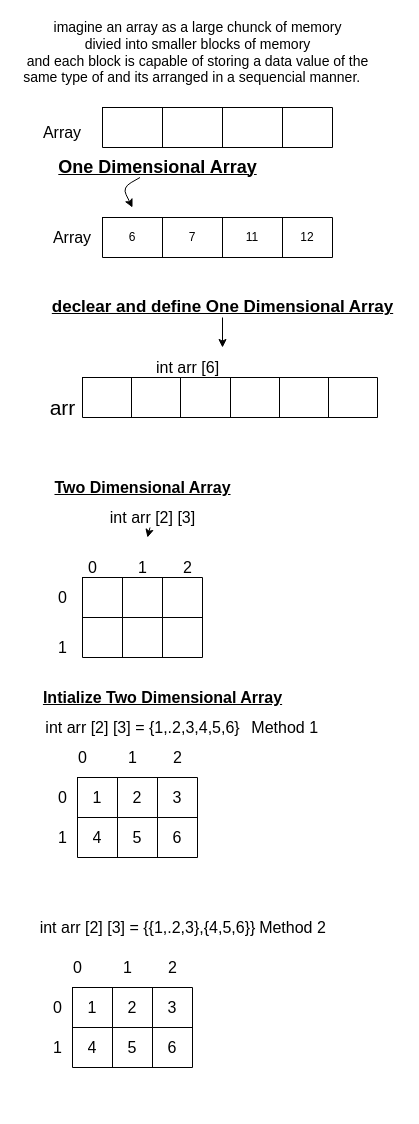
Earlier version of the draw.io diagram array.drawio (Betty-Oforiwa/Data_sturctures). Source tidied: cells renumbered, new cells numbered last; positions are measured from the earlier drawing's top-left corner, leaving out a move shared by most shapes. Both pictures are drawn from the tidied source at 100%, with x=0, y=0 at pixel (17, 17).
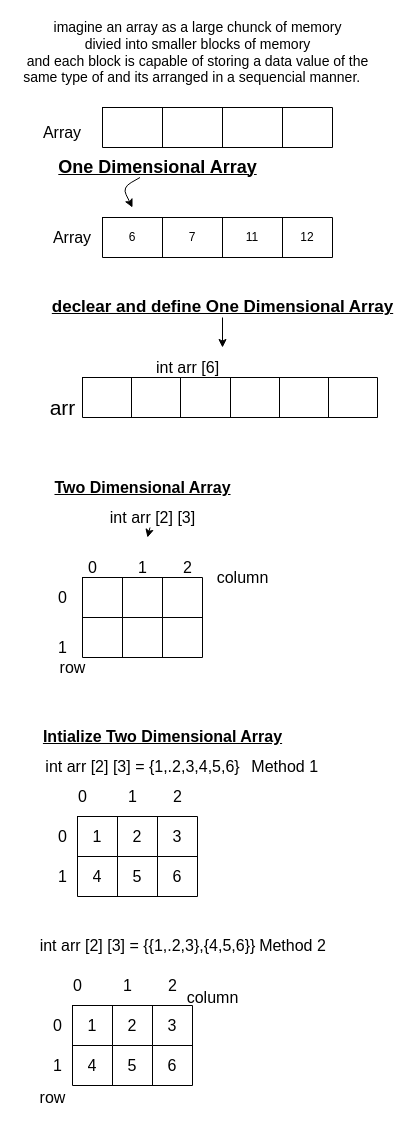
The same page after the edit.

Commit message (it also covers changes not shown here):
java array added

Diff of the diagram source:
```diff
@@
     <mxCell id="48" value="&lt;u&gt;&lt;b&gt;Intialize Two Dimensional Array&lt;/b&gt;&lt;/u&gt;" style="text;html=1;align=center;verticalAlign=middle;strokeColor=none;fillColor=none;fontSize=16;" parent="1" vertex="1">
-      <mxGeometry x="20" y="670" width="250" height="20" as="geometry" />
+      <mxGeometry x="20" y="709" width="250" height="20" as="geometry" />
     </mxCell>
     <mxCell id="49" value="int arr [2] [3] = {1,.2,3,4,5,6}" style="text;html=1;align=center;verticalAlign=middle;strokeColor=none;fillColor=none;fontSize=16;" parent="1" vertex="1">
-      <mxGeometry x="20" y="700" width="210" height="20" as="geometry" />
+      <mxGeometry x="20" y="739" width="210" height="20" as="geometry" />
     </mxCell>
     <mxCell id="50" style="shape=table;startSize=0;childLayout=tableLayout;fontSize=16;" parent="1" vertex="1">
-      <mxGeometry x="60" y="760" width="120" height="80" as="geometry" />
+      <mxGeometry x="60" y="799" width="120" height="80" as="geometry" />
     </mxCell>
@@
     <mxCell id="59" value="0" style="text;html=1;align=center;verticalAlign=middle;strokeColor=none;fillColor=none;fontSize=16;" parent="1" vertex="1">
-      <mxGeometry x="55" y="730" width="20" height="20" as="geometry" />
+      <mxGeometry x="55" y="769" width="20" height="20" as="geometry" />
     </mxCell>
     <mxCell id="60" value="2" style="text;html=1;align=center;verticalAlign=middle;strokeColor=none;fillColor=none;fontSize=16;" parent="1" vertex="1">
-      <mxGeometry x="150" y="730" width="20" height="20" as="geometry" />
+      <mxGeometry x="150" y="769" width="20" height="20" as="geometry" />
     </mxCell>
     <mxCell id="61" value="1" style="text;html=1;align=center;verticalAlign=middle;strokeColor=none;fillColor=none;fontSize=16;" parent="1" vertex="1">
-      <mxGeometry x="105" y="730" width="20" height="20" as="geometry" />
+      <mxGeometry x="105" y="769" width="20" height="20" as="geometry" />
     </mxCell>
     <mxCell id="62" value="0" style="text;html=1;align=center;verticalAlign=middle;strokeColor=none;fillColor=none;fontSize=16;" parent="1" vertex="1">
-      <mxGeometry x="35" y="770" width="20" height="20" as="geometry" />
+      <mxGeometry x="35" y="809" width="20" height="20" as="geometry" />
     </mxCell>
     <mxCell id="63" value="1" style="text;html=1;align=center;verticalAlign=middle;strokeColor=none;fillColor=none;fontSize=16;" parent="1" vertex="1">
-      <mxGeometry x="35" y="810" width="20" height="20" as="geometry" />
+      <mxGeometry x="35" y="849" width="20" height="20" as="geometry" />
     </mxCell>
     <mxCell id="64" value="&amp;nbsp;Method 1" style="text;html=1;align=center;verticalAlign=middle;strokeColor=none;fillColor=none;fontSize=16;" parent="1" vertex="1">
-      <mxGeometry x="220" y="700" width="90" height="20" as="geometry" />
+      <mxGeometry x="220" y="739" width="90" height="20" as="geometry" />
     </mxCell>
     <mxCell id="65" value="int arr [2] [3] = {{1,.2,3},{4,5,6}}" style="text;html=1;align=center;verticalAlign=middle;strokeColor=none;fillColor=none;fontSize=16;" parent="1" vertex="1">
-      <mxGeometry x="15" y="900" width="230" height="20" as="geometry" />
+      <mxGeometry x="15" y="918" width="230" height="20" as="geometry" />
     </mxCell>
     <mxCell id="66" value="Method 2" style="text;html=1;align=center;verticalAlign=middle;strokeColor=none;fillColor=none;fontSize=16;" parent="1" vertex="1">
-      <mxGeometry x="235" y="900" width="80" height="20" as="geometry" />
+      <mxGeometry x="235" y="918" width="80" height="20" as="geometry" />
     </mxCell>
     <mxCell id="67" style="shape=table;startSize=0;childLayout=tableLayout;fontSize=16;" parent="1" vertex="1">
-      <mxGeometry x="55" y="970" width="120" height="80" as="geometry" />
+      <mxGeometry x="55" y="988" width="120" height="80" as="geometry" />
     </mxCell>
@@
     <mxCell id="76" value="0" style="text;html=1;align=center;verticalAlign=middle;strokeColor=none;fillColor=none;fontSize=16;" parent="1" vertex="1">
-      <mxGeometry x="50" y="940" width="20" height="20" as="geometry" />
+      <mxGeometry x="50" y="958" width="20" height="20" as="geometry" />
     </mxCell>
     <mxCell id="77" value="2" style="text;html=1;align=center;verticalAlign=middle;strokeColor=none;fillColor=none;fontSize=16;" parent="1" vertex="1">
-      <mxGeometry x="145" y="940" width="20" height="20" as="geometry" />
+      <mxGeometry x="145" y="958" width="20" height="20" as="geometry" />
     </mxCell>
     <mxCell id="78" value="1" style="text;html=1;align=center;verticalAlign=middle;strokeColor=none;fillColor=none;fontSize=16;" parent="1" vertex="1">
-      <mxGeometry x="100" y="940" width="20" height="20" as="geometry" />
+      <mxGeometry x="100" y="958" width="20" height="20" as="geometry" />
     </mxCell>
     <mxCell id="79" value="0" style="text;html=1;align=center;verticalAlign=middle;strokeColor=none;fillColor=none;fontSize=16;" parent="1" vertex="1">
-      <mxGeometry x="30" y="980" width="20" height="20" as="geometry" />
+      <mxGeometry x="30" y="998" width="20" height="20" as="geometry" />
     </mxCell>
     <mxCell id="80" value="1" style="text;html=1;align=center;verticalAlign=middle;strokeColor=none;fillColor=none;fontSize=16;" parent="1" vertex="1">
-      <mxGeometry x="30" y="1020" width="20" height="20" as="geometry" />
+      <mxGeometry x="30" y="1038" width="20" height="20" as="geometry" />
     </mxCell>
+    <mxCell id="81" value="column" style="text;html=1;align=center;verticalAlign=middle;strokeColor=none;fillColor=none;fontSize=16;" parent="1" vertex="1">
+      <mxGeometry x="190" y="550" width="70" height="20" as="geometry" />
+    </mxCell>
+    <mxCell id="82" value="row" style="text;html=1;align=center;verticalAlign=middle;strokeColor=none;fillColor=none;fontSize=16;" parent="1" vertex="1">
+      <mxGeometry x="35" y="640" width="40" height="20" as="geometry" />
+    </mxCell>
+    <mxCell id="83" value="column" style="text;html=1;align=center;verticalAlign=middle;strokeColor=none;fillColor=none;fontSize=16;" parent="1" vertex="1">
+      <mxGeometry x="160" y="970" width="70" height="20" as="geometry" />
+    </mxCell>
+    <mxCell id="84" value="row" style="text;html=1;align=center;verticalAlign=middle;strokeColor=none;fillColor=none;fontSize=16;" parent="1" vertex="1">
+      <mxGeometry x="15" y="1070" width="40" height="20" as="geometry" />
+    </mxCell>
```
